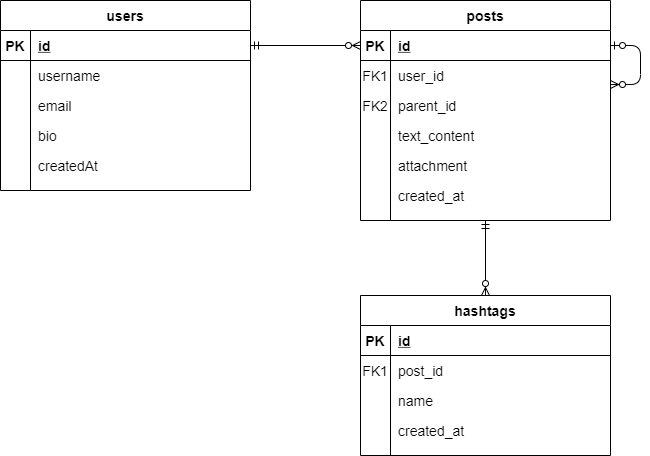
Earlier version of the draw.io export ERD.png (bagasys/gigih-microblog-backend). Source tidied: cells renumbered, new cells last; positions are measured from the earlier drawing's top-left corner, leaving out a move shared by most shapes.
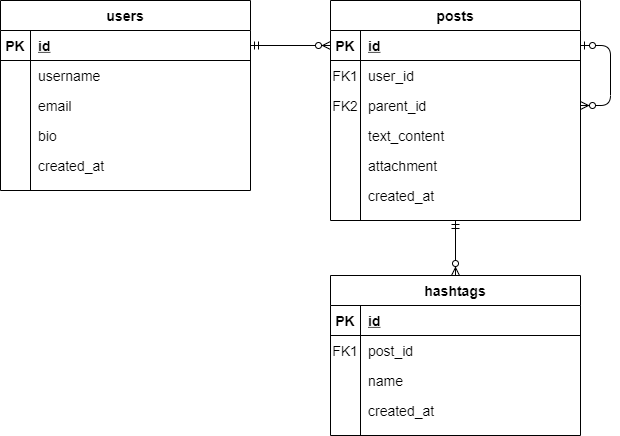
After the commit.

Change to the diagram source:
```diff
@@ -3,7 +3,7 @@
     <mxCell id="0" />
     <mxCell id="1" parent="0" />
     <mxCell id="2" value="users" style="shape=table;startSize=30;rowLines=0;fontStyle=1;align=center;fontFamily=Helvetica;fontSize=14;" parent="1" vertex="1">
-      <mxGeometry width="250" height="190" as="geometry" />
+      <mxGeometry x="30" width="250" height="190" as="geometry" />
     </mxCell>
     <mxCell id="3" style="shape=partialRectangle;fillColor=none;points=[[0,0.5],[1,0.5]];portConstraint=eastwest;top=0;left=0;right=0;bottom=1;fontFamily=Helvetica;fontSize=14;" parent="2" vertex="1">
       <mxGeometry y="30" width="250" height="30" as="geometry" />
@@ -47,7 +47,7 @@
     <mxCell id="16" style="shape=partialRectangle;overflow=hidden;fillColor=none;top=0;left=0;bottom=0;right=0;fontFamily=Helvetica;fontSize=14;" parent="15" vertex="1">
       <mxGeometry width="30" height="30" as="geometry" />
     </mxCell>
-    <mxCell id="17" value="createdAt" style="shape=partialRectangle;overflow=hidden;fillColor=none;top=0;left=0;bottom=0;right=0;align=left;spacingLeft=6;fontFamily=Helvetica;fontSize=14;" parent="15" vertex="1">
+    <mxCell id="17" value="created_at" style="shape=partialRectangle;overflow=hidden;fillColor=none;top=0;left=0;bottom=0;right=0;align=left;spacingLeft=6;fontFamily=Helvetica;fontSize=14;" parent="15" vertex="1">
       <mxGeometry x="30" width="220" height="30" as="geometry" />
     </mxCell>
     <mxCell id="18" value="posts" style="shape=table;startSize=30;rowLines=0;fontStyle=1;align=center;fontFamily=Helvetica;fontSize=14;" parent="1" vertex="1">
@@ -89,7 +89,7 @@
     <mxCell id="30" value="text_content" style="shape=partialRectangle;overflow=hidden;fillColor=none;top=0;left=0;bottom=0;right=0;align=left;spacingLeft=6;fontFamily=Helvetica;fontSize=14;" parent="28" vertex="1">
       <mxGeometry x="30" width="220" height="30" as="geometry" />
     </mxCell>
-    <mxCell id="31" style="edgeStyle=entityRelationEdgeStyle;fontSize=14;html=1;endArrow=ERzeroToMany;startArrow=ERzeroToOne;entryX=1;entryY=0.8;entryDx=0;entryDy=0;entryPerimeter=0;exitX=1;exitY=0.5;exitDx=0;exitDy=0;fontFamily=Helvetica;" parent="18" edge="1" source="19" target="22">
+    <mxCell id="31" style="edgeStyle=entityRelationEdgeStyle;fontSize=14;html=1;endArrow=ERzeroToMany;startArrow=ERzeroToOne;exitX=1;exitY=0.5;exitDx=0;exitDy=0;fontFamily=Helvetica;entryX=1;entryY=0.5;entryDx=0;entryDy=0;" parent="18" edge="1" source="19" target="25">
       <mxGeometry relative="1" as="geometry" />
     </mxCell>
     <mxCell id="32" style="shape=partialRectangle;fillColor=none;top=0;left=0;right=0;bottom=0;fontFamily=Helvetica;fontSize=14;" parent="18" vertex="1">
@@ -111,7 +111,7 @@
       <mxGeometry x="30" width="220" height="30" as="geometry" />
     </mxCell>
     <mxCell id="38" value="hashtags" style="shape=table;startSize=30;rowLines=0;fontStyle=1;align=center;fontFamily=Helvetica;fontSize=14;" parent="1" vertex="1">
-      <mxGeometry x="360" y="295" width="250" height="160" as="geometry" />
+      <mxGeometry x="360" y="275" width="250" height="160" as="geometry" />
     </mxCell>
     <mxCell id="39" style="shape=partialRectangle;fillColor=none;top=0;left=0;right=0;bottom=1;fontFamily=Helvetica;fontSize=14;" parent="38" vertex="1">
       <mxGeometry y="30" width="250" height="30" as="geometry" />
```
